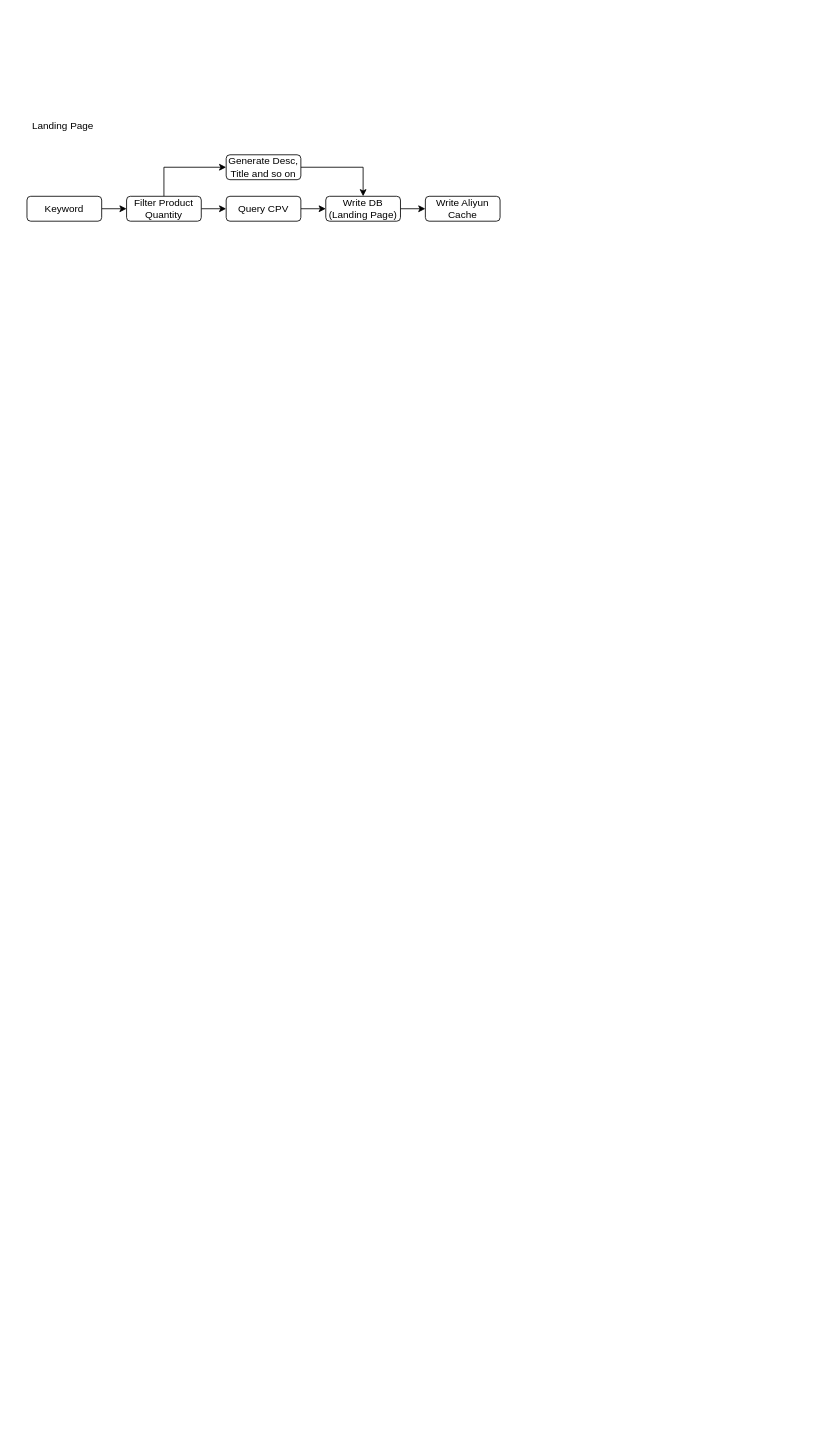
Above: drawio/landingpage_generate.drawio in VisableHarry/seo-drawio (draw.io), before the change. Source tidied: cells renumbered, new cells numbered last; positions are measured from the earlier drawing's top-left corner, leaving out a move shared by most shapes. Both pictures are drawn from the tidied source at 83%, with x=0, y=0 at pixel (27, 114).
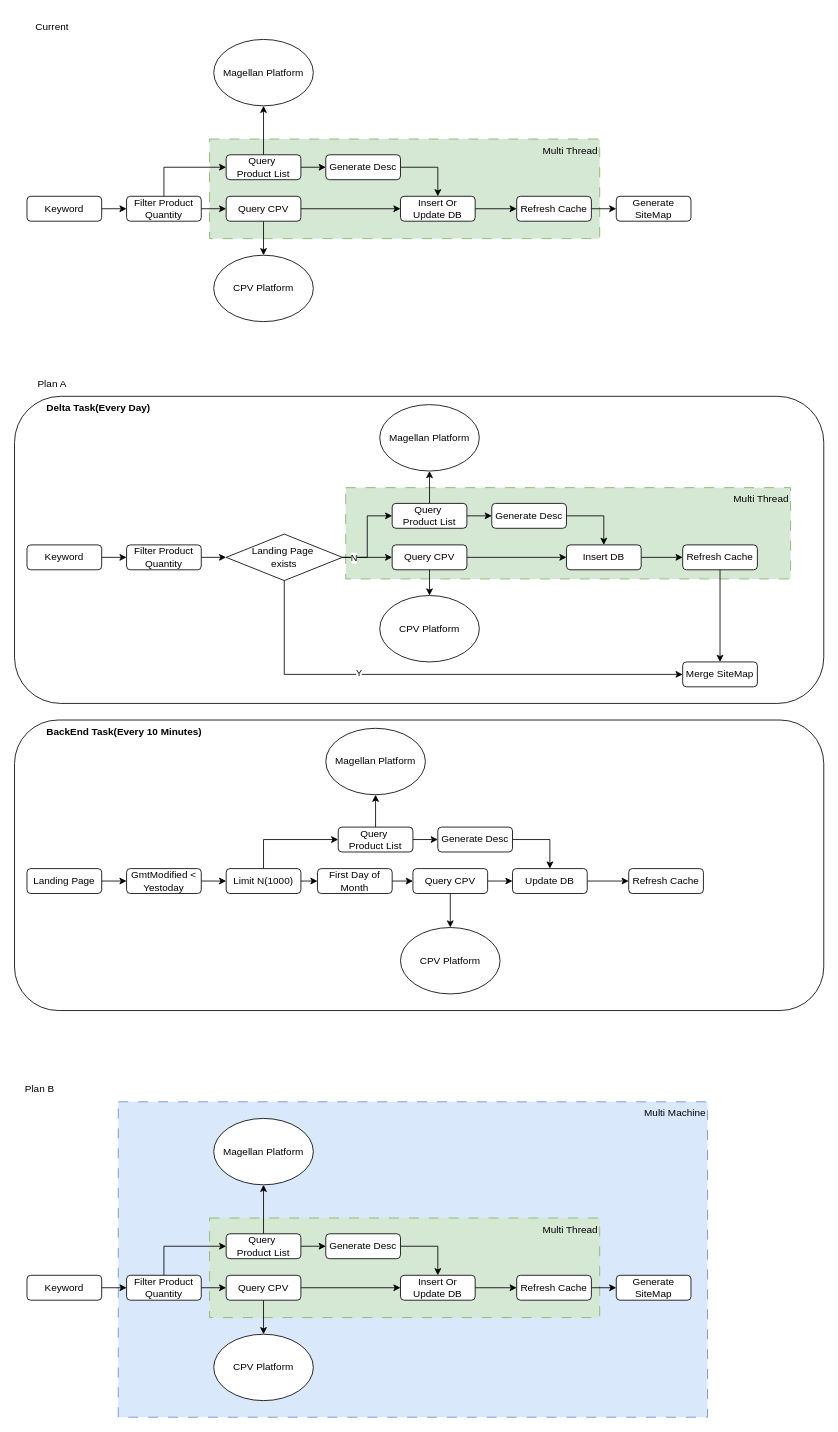
Above is the later version.

The change refers to these unchanged cells:
```xml
<mxCell id="7" value="Filter Product Quantity" style="rounded=1;whiteSpace=wrap;html=1;" parent="1" vertex="1">
  <mxGeometry x="120" y="99" width="90" height="30" as="geometry" />
</mxCell>
<mxCell id="9" value="Query CPV" style="rounded=1;whiteSpace=wrap;html=1;" parent="1" vertex="1">
  <mxGeometry x="240" y="99" width="90" height="30" as="geometry" />
</mxCell>
```

What changed in the source:
```diff
@@
-    <mxCell id="2" value="Landing Page" style="text;html=1;align=center;verticalAlign=middle;whiteSpace=wrap;rounded=0;" parent="1" vertex="1">
-      <mxGeometry width="87" height="30" as="geometry" />
-    </mxCell>
+    <mxCell id="15" value="Multi Machine" style="rounded=0;whiteSpace=wrap;html=1;fillColor=#dae8fc;strokeColor=#6c8ebf;dashed=1;dashPattern=12 12;align=right;verticalAlign=top;" parent="1" vertex="1">
+      <mxGeometry x="110" y="1190" width="710" height="380" as="geometry" />
+    </mxCell>
+    <mxCell id="16" value="&amp;nbsp; &amp;nbsp; &amp;nbsp; &amp;nbsp; &amp;nbsp; &amp;nbsp;&lt;b&gt;Delta Task(Every Day)&lt;/b&gt;" style="rounded=1;whiteSpace=wrap;html=1;align=left;verticalAlign=top;" parent="1" vertex="1">
+      <mxGeometry x="-15" y="340" width="975" height="370" as="geometry" />
+    </mxCell>
+    <mxCell id="17" value="Multi Thread" style="rounded=0;whiteSpace=wrap;html=1;align=right;verticalAlign=top;fillColor=#d5e8d4;strokeColor=#82b366;dashed=1;dashPattern=12 12;" parent="1" vertex="1">
+      <mxGeometry x="220" y="30" width="470" height="120" as="geometry" />
+    </mxCell>
@@
-    <mxCell id="5" style="edgeStyle=orthogonalEdgeStyle;rounded=0;jettySize=auto;html=1;exitX=0.5;exitY=0;exitDx=0;exitDy=0;entryX=0;entryY=0.5;entryDx=0;entryDy=0;" parent="1" edge="1" source="7" target="11">
-      <mxGeometry relative="1" as="geometry" />
-    </mxCell>
@@
+    <mxCell id="18" style="edgeStyle=orthogonalEdgeStyle;rounded=0;jettySize=auto;html=1;exitX=0.5;exitY=0;exitDx=0;exitDy=0;entryX=0;entryY=0.5;entryDx=0;entryDy=0;" parent="1" edge="1" source="7" target="23">
+      <mxGeometry relative="1" as="geometry" />
+    </mxCell>
@@
+    <mxCell id="19" style="edgeStyle=orthogonalEdgeStyle;rounded=0;jettySize=auto;html=1;exitX=0.5;exitY=1;exitDx=0;exitDy=0;entryX=0.5;entryY=0;entryDx=0;entryDy=0;" parent="1" edge="1" source="9" target="25">
+      <mxGeometry relative="1" as="geometry" />
+    </mxCell>
@@
-    <mxCell id="11" value="Generate Desc, Title and so on" style="rounded=1;whiteSpace=wrap;html=1;" parent="1" vertex="1">
-      <mxGeometry x="240" y="49" width="90" height="30" as="geometry" />
+    <mxCell id="11" value="Generate Desc" style="rounded=1;whiteSpace=wrap;html=1;" parent="1" vertex="1">
+      <mxGeometry x="360" y="49" width="90" height="30" as="geometry" />
     </mxCell>
@@
-    <mxCell id="13" value="Write DB&lt;div&gt;(Landing Page)&lt;/div&gt;" style="rounded=1;whiteSpace=wrap;html=1;" parent="1" vertex="1">
-      <mxGeometry x="360" y="99" width="90" height="30" as="geometry" />
+    <mxCell id="13" value="Insert Or Update DB" style="rounded=1;whiteSpace=wrap;html=1;" parent="1" vertex="1">
+      <mxGeometry x="450" y="99" width="90" height="30" as="geometry" />
     </mxCell>
+    <mxCell id="20" style="edgeStyle=orthogonalEdgeStyle;rounded=0;jettySize=auto;html=1;exitX=1;exitY=0.5;exitDx=0;exitDy=0;entryX=0;entryY=0.5;entryDx=0;entryDy=0;" parent="1" edge="1" source="14" target="74">
+      <mxGeometry relative="1" as="geometry" />
+    </mxCell>
-    <mxCell id="14" value="Write Aliyun Cache" style="rounded=1;whiteSpace=wrap;html=1;" parent="1" vertex="1">
-      <mxGeometry x="480" y="99" width="90" height="30" as="geometry" />
+    <mxCell id="14" value="Refresh Cache" style="rounded=1;whiteSpace=wrap;html=1;" parent="1" vertex="1">
+      <mxGeometry x="590" y="99" width="90" height="30" as="geometry" />
     </mxCell>
+    <mxCell id="21" style="edgeStyle=orthogonalEdgeStyle;rounded=0;jettySize=auto;html=1;exitX=1;exitY=0.5;exitDx=0;exitDy=0;entryX=0;entryY=0.5;entryDx=0;entryDy=0;" parent="1" edge="1" source="23" target="11">
+      <mxGeometry relative="1" as="geometry" />
+    </mxCell>
+    <mxCell id="22" style="edgeStyle=orthogonalEdgeStyle;rounded=0;jettySize=auto;html=1;exitX=0.5;exitY=0;exitDx=0;exitDy=0;entryX=0.5;entryY=1;entryDx=0;entryDy=0;" parent="1" edge="1" source="23" target="24">
+      <mxGeometry relative="1" as="geometry" />
+    </mxCell>
+    <mxCell id="23" value="Query&amp;nbsp;&lt;div&gt;Product List&lt;/div&gt;" style="rounded=1;whiteSpace=wrap;html=1;" parent="1" vertex="1">
+      <mxGeometry x="240" y="49" width="90" height="30" as="geometry" />
+    </mxCell>
+    <mxCell id="24" value="Magellan Platform" style="ellipse;whiteSpace=wrap;html=1;" parent="1" vertex="1">
+      <mxGeometry x="225" y="-90" width="120" height="80" as="geometry" />
+    </mxCell>
+    <mxCell id="25" value="CPV Platform" style="ellipse;whiteSpace=wrap;html=1;" parent="1" vertex="1">
+      <mxGeometry x="225" y="170" width="120" height="80" as="geometry" />
+    </mxCell>
+    <mxCell id="26" value="Multi Thread" style="rounded=0;whiteSpace=wrap;html=1;align=right;verticalAlign=top;fillColor=#d5e8d4;strokeColor=#82b366;dashed=1;dashPattern=12 12;" parent="1" vertex="1">
+      <mxGeometry x="384" y="450" width="536" height="110" as="geometry" />
+    </mxCell>
+    <mxCell id="27" style="edgeStyle=orthogonalEdgeStyle;rounded=0;jettySize=auto;html=1;exitX=1;exitY=0.5;exitDx=0;exitDy=0;entryX=0;entryY=0.5;entryDx=0;entryDy=0;" parent="1" edge="1" source="28" target="30">
+      <mxGeometry relative="1" as="geometry" />
+    </mxCell>
+    <mxCell id="28" value="Keyword" style="rounded=1;whiteSpace=wrap;html=1;" parent="1" vertex="1">
+      <mxGeometry y="519" width="90" height="30" as="geometry" />
+    </mxCell>
+    <mxCell id="29" style="edgeStyle=orthogonalEdgeStyle;rounded=0;jettySize=auto;html=1;exitX=1;exitY=0.5;exitDx=0;exitDy=0;entryX=0;entryY=0.5;entryDx=0;entryDy=0;" parent="1" edge="1" source="30" target="51">
+      <mxGeometry relative="1" as="geometry" />
+    </mxCell>
+    <mxCell id="30" value="Filter Product Quantity" style="rounded=1;whiteSpace=wrap;html=1;" parent="1" vertex="1">
+      <mxGeometry x="120" y="519" width="90" height="30" as="geometry" />
+    </mxCell>
+    <mxCell id="31" style="edgeStyle=orthogonalEdgeStyle;rounded=0;jettySize=auto;html=1;exitX=1;exitY=0.5;exitDx=0;exitDy=0;entryX=0;entryY=0.5;entryDx=0;entryDy=0;" parent="1" edge="1" source="33" target="37">
+      <mxGeometry relative="1" as="geometry" />
+    </mxCell>
+    <mxCell id="32" style="edgeStyle=orthogonalEdgeStyle;rounded=0;jettySize=auto;html=1;exitX=0.5;exitY=1;exitDx=0;exitDy=0;entryX=0.5;entryY=0;entryDx=0;entryDy=0;" parent="1" edge="1" source="33" target="44">
+      <mxGeometry relative="1" as="geometry" />
+    </mxCell>
+    <mxCell id="33" value="Query CPV" style="rounded=1;whiteSpace=wrap;html=1;" parent="1" vertex="1">
+      <mxGeometry x="440" y="519" width="90" height="30" as="geometry" />
+    </mxCell>
+    <mxCell id="34" style="edgeStyle=orthogonalEdgeStyle;rounded=0;jettySize=auto;html=1;exitX=1;exitY=0.5;exitDx=0;exitDy=0;entryX=0.5;entryY=0;entryDx=0;entryDy=0;" parent="1" edge="1" source="35" target="37">
+      <mxGeometry relative="1" as="geometry" />
+    </mxCell>
+    <mxCell id="35" value="Generate Desc" style="rounded=1;whiteSpace=wrap;html=1;" parent="1" vertex="1">
+      <mxGeometry x="560" y="469" width="90" height="30" as="geometry" />
+    </mxCell>
+    <mxCell id="36" style="edgeStyle=orthogonalEdgeStyle;rounded=0;jettySize=auto;html=1;exitX=1;exitY=0.5;exitDx=0;exitDy=0;entryX=0;entryY=0.5;entryDx=0;entryDy=0;" parent="1" edge="1" source="37" target="39">
+      <mxGeometry relative="1" as="geometry" />
+    </mxCell>
+    <mxCell id="37" value="Insert DB" style="rounded=1;whiteSpace=wrap;html=1;" parent="1" vertex="1">
+      <mxGeometry x="650" y="519" width="90" height="30" as="geometry" />
+    </mxCell>
+    <mxCell id="38" style="edgeStyle=orthogonalEdgeStyle;rounded=0;jettySize=auto;html=1;exitX=0.5;exitY=1;exitDx=0;exitDy=0;entryX=0.5;entryY=0;entryDx=0;entryDy=0;" parent="1" edge="1" source="39" target="73">
+      <mxGeometry relative="1" as="geometry" />
+    </mxCell>
+    <mxCell id="39" value="Refresh Cache" style="rounded=1;whiteSpace=wrap;html=1;" parent="1" vertex="1">
+      <mxGeometry x="790" y="519" width="90" height="30" as="geometry" />
+    </mxCell>
+    <mxCell id="40" style="edgeStyle=orthogonalEdgeStyle;rounded=0;jettySize=auto;html=1;exitX=1;exitY=0.5;exitDx=0;exitDy=0;entryX=0;entryY=0.5;entryDx=0;entryDy=0;" parent="1" edge="1" source="42" target="35">
+      <mxGeometry relative="1" as="geometry" />
+    </mxCell>
+    <mxCell id="41" style="edgeStyle=orthogonalEdgeStyle;rounded=0;jettySize=auto;html=1;exitX=0.5;exitY=0;exitDx=0;exitDy=0;entryX=0.5;entryY=1;entryDx=0;entryDy=0;" parent="1" edge="1" source="42" target="43">
+      <mxGeometry relative="1" as="geometry" />
+    </mxCell>
+    <mxCell id="42" value="Query&amp;nbsp;&lt;div&gt;Product List&lt;/div&gt;" style="rounded=1;whiteSpace=wrap;html=1;" parent="1" vertex="1">
+      <mxGeometry x="440" y="469" width="90" height="30" as="geometry" />
+    </mxCell>
+    <mxCell id="43" value="Magellan Platform" style="ellipse;whiteSpace=wrap;html=1;" parent="1" vertex="1">
+      <mxGeometry x="425" y="350" width="120" height="80" as="geometry" />
+    </mxCell>
+    <mxCell id="44" value="CPV Platform" style="ellipse;whiteSpace=wrap;html=1;" parent="1" vertex="1">
+      <mxGeometry x="425" y="580" width="120" height="80" as="geometry" />
+    </mxCell>
+    <mxCell id="45" value="Plan A" style="text;html=1;align=center;verticalAlign=middle;strokeColor=none;fillColor=none;" parent="1" vertex="1">
+      <mxGeometry y="310" width="60" height="30" as="geometry" />
+    </mxCell>
+    <mxCell id="46" style="edgeStyle=orthogonalEdgeStyle;rounded=0;jettySize=auto;html=1;exitX=1;exitY=0.5;exitDx=0;exitDy=0;entryX=0;entryY=0.5;entryDx=0;entryDy=0;" parent="1" edge="1" source="51" target="33">
+      <mxGeometry relative="1" as="geometry" />
+    </mxCell>
+    <mxCell id="47" style="edgeStyle=orthogonalEdgeStyle;rounded=0;jettySize=auto;html=1;exitX=1;exitY=0.5;exitDx=0;exitDy=0;entryX=0;entryY=0.5;entryDx=0;entryDy=0;" parent="1" edge="1" source="51" target="42">
+      <mxGeometry relative="1" as="geometry" />
+    </mxCell>
+    <mxCell id="48" value="N" style="edgeLabel;html=1;align=center;verticalAlign=middle;" parent="47" vertex="1">
+      <mxGeometry x="-0.77" y="1" relative="1" as="geometry">
+        <mxPoint y="1" as="offset" />
+      </mxGeometry>
+    </mxCell>
+    <mxCell id="49" style="edgeStyle=orthogonalEdgeStyle;rounded=0;jettySize=auto;html=1;exitX=0.5;exitY=1;exitDx=0;exitDy=0;entryX=0;entryY=0.5;entryDx=0;entryDy=0;" parent="1" edge="1" source="51" target="73">
+      <mxGeometry relative="1" as="geometry" />
+    </mxCell>
+    <mxCell id="50" value="Y" style="edgeLabel;html=1;align=center;verticalAlign=middle;" parent="49" vertex="1">
+      <mxGeometry x="-0.32" y="2" relative="1" as="geometry" />
+    </mxCell>
+    <mxCell id="51" value="Landing Page&amp;nbsp;&lt;div&gt;exists&lt;/div&gt;" style="rhombus;whiteSpace=wrap;html=1;" parent="1" vertex="1">
+      <mxGeometry x="240" y="506" width="140" height="56" as="geometry" />
+    </mxCell>
+    <mxCell id="52" value="Current" style="text;html=1;align=center;verticalAlign=middle;strokeColor=none;fillColor=none;" parent="1" vertex="1">
+      <mxGeometry y="-120" width="60" height="30" as="geometry" />
+    </mxCell>
+    <mxCell id="53" value="&amp;nbsp; &amp;nbsp; &amp;nbsp; &amp;nbsp; &amp;nbsp; &amp;nbsp;&lt;b&gt;BackEnd Task(Every 10 Minutes)&lt;/b&gt;" style="rounded=1;whiteSpace=wrap;html=1;align=left;verticalAlign=top;" parent="1" vertex="1">
+      <mxGeometry x="-15" y="730" width="975" height="350" as="geometry" />
+    </mxCell>
+    <mxCell id="54" style="edgeStyle=orthogonalEdgeStyle;rounded=0;jettySize=auto;html=1;exitX=1;exitY=0.5;exitDx=0;exitDy=0;entryX=0;entryY=0.5;entryDx=0;entryDy=0;" parent="1" edge="1" source="2">
+      <mxGeometry relative="1" as="geometry">
+        <mxPoint x="120" y="924" as="targetPoint" />
+      </mxGeometry>
+    </mxCell>
+    <mxCell id="2" value="Landing Page" style="rounded=1;whiteSpace=wrap;html=1;" parent="1" vertex="1">
+      <mxGeometry y="909" width="90" height="30" as="geometry" />
+    </mxCell>
+    <mxCell id="55" style="edgeStyle=orthogonalEdgeStyle;rounded=0;jettySize=auto;html=1;exitX=1;exitY=0.5;exitDx=0;exitDy=0;entryX=0;entryY=0.5;entryDx=0;entryDy=0;" parent="1" edge="1" source="57" target="61">
+      <mxGeometry relative="1" as="geometry" />
+    </mxCell>
+    <mxCell id="56" style="edgeStyle=orthogonalEdgeStyle;rounded=0;jettySize=auto;html=1;exitX=0.5;exitY=1;exitDx=0;exitDy=0;entryX=0.5;entryY=0;entryDx=0;entryDy=0;" parent="1" edge="1" source="57" target="67">
+      <mxGeometry relative="1" as="geometry" />
+    </mxCell>
+    <mxCell id="57" value="Query CPV" style="rounded=1;whiteSpace=wrap;html=1;" parent="1" vertex="1">
+      <mxGeometry x="465" y="909" width="90" height="30" as="geometry" />
+    </mxCell>
+    <mxCell id="58" style="edgeStyle=orthogonalEdgeStyle;rounded=0;jettySize=auto;html=1;exitX=1;exitY=0.5;exitDx=0;exitDy=0;entryX=0.5;entryY=0;entryDx=0;entryDy=0;" parent="1" edge="1" source="59" target="61">
+      <mxGeometry relative="1" as="geometry" />
+    </mxCell>
+    <mxCell id="59" value="Generate Desc" style="rounded=1;whiteSpace=wrap;html=1;" parent="1" vertex="1">
+      <mxGeometry x="495" y="859" width="90" height="30" as="geometry" />
+    </mxCell>
+    <mxCell id="60" style="edgeStyle=orthogonalEdgeStyle;rounded=0;jettySize=auto;html=1;exitX=1;exitY=0.5;exitDx=0;exitDy=0;entryX=0;entryY=0.5;entryDx=0;entryDy=0;" parent="1" edge="1" source="61" target="62">
+      <mxGeometry relative="1" as="geometry" />
+    </mxCell>
+    <mxCell id="61" value="Update DB" style="rounded=1;whiteSpace=wrap;html=1;" parent="1" vertex="1">
+      <mxGeometry x="585" y="909" width="90" height="30" as="geometry" />
+    </mxCell>
+    <mxCell id="62" value="Refresh Cache" style="rounded=1;whiteSpace=wrap;html=1;" parent="1" vertex="1">
+      <mxGeometry x="725" y="909" width="90" height="30" as="geometry" />
+    </mxCell>
+    <mxCell id="63" style="edgeStyle=orthogonalEdgeStyle;rounded=0;jettySize=auto;html=1;exitX=1;exitY=0.5;exitDx=0;exitDy=0;entryX=0;entryY=0.5;entryDx=0;entryDy=0;" parent="1" edge="1" source="65" target="59">
+      <mxGeometry relative="1" as="geometry" />
+    </mxCell>
+    <mxCell id="64" style="edgeStyle=orthogonalEdgeStyle;rounded=0;jettySize=auto;html=1;exitX=0.5;exitY=0;exitDx=0;exitDy=0;entryX=0.5;entryY=1;entryDx=0;entryDy=0;" parent="1" edge="1" source="65" target="66">
+      <mxGeometry relative="1" as="geometry" />
+    </mxCell>
+    <mxCell id="65" value="Query&amp;nbsp;&lt;div&gt;Product List&lt;/div&gt;" style="rounded=1;whiteSpace=wrap;html=1;" parent="1" vertex="1">
+      <mxGeometry x="375" y="859" width="90" height="30" as="geometry" />
+    </mxCell>
+    <mxCell id="66" value="Magellan Platform" style="ellipse;whiteSpace=wrap;html=1;" parent="1" vertex="1">
+      <mxGeometry x="360" y="740" width="120" height="80" as="geometry" />
+    </mxCell>
+    <mxCell id="67" value="CPV Platform" style="ellipse;whiteSpace=wrap;html=1;" parent="1" vertex="1">
+      <mxGeometry x="450" y="980" width="120" height="80" as="geometry" />
+    </mxCell>
+    <mxCell id="68" style="edgeStyle=orthogonalEdgeStyle;rounded=0;jettySize=auto;html=1;exitX=0.5;exitY=0;exitDx=0;exitDy=0;entryX=0;entryY=0.5;entryDx=0;entryDy=0;" parent="1" edge="1" source="72" target="65">
+      <mxGeometry relative="1" as="geometry" />
+    </mxCell>
+    <mxCell id="69" style="edgeStyle=orthogonalEdgeStyle;rounded=0;jettySize=auto;html=1;exitX=1;exitY=0.5;exitDx=0;exitDy=0;entryX=0;entryY=0.5;entryDx=0;entryDy=0;" parent="1" edge="1" source="70" target="72">
+      <mxGeometry relative="1" as="geometry" />
+    </mxCell>
+    <mxCell id="70" value="GmtModified &amp;lt; Yestoday" style="rounded=1;whiteSpace=wrap;html=1;" parent="1" vertex="1">
+      <mxGeometry x="120" y="909" width="90" height="30" as="geometry" />
+    </mxCell>
+    <mxCell id="71" style="edgeStyle=orthogonalEdgeStyle;rounded=0;jettySize=auto;html=1;exitX=1;exitY=0.5;exitDx=0;exitDy=0;entryX=0;entryY=0.5;entryDx=0;entryDy=0;" parent="1" edge="1" source="72" target="98">
+      <mxGeometry relative="1" as="geometry" />
+    </mxCell>
+    <mxCell id="72" value="Limit N(1000)" style="rounded=1;whiteSpace=wrap;html=1;" parent="1" vertex="1">
+      <mxGeometry x="240" y="909" width="90" height="30" as="geometry" />
+    </mxCell>
+    <mxCell id="73" value="Merge SiteMap" style="rounded=1;whiteSpace=wrap;html=1;" parent="1" vertex="1">
+      <mxGeometry x="790" y="660" width="90" height="30" as="geometry" />
+    </mxCell>
+    <mxCell id="74" value="Generate SiteMap" style="rounded=1;whiteSpace=wrap;html=1;" parent="1" vertex="1">
+      <mxGeometry x="710" y="99" width="90" height="30" as="geometry" />
+    </mxCell>
+    <mxCell id="75" value="Plan B" style="text;html=1;align=center;verticalAlign=middle;strokeColor=none;fillColor=none;" parent="1" vertex="1">
+      <mxGeometry x="-15" y="1160" width="60" height="30" as="geometry" />
+    </mxCell>
+    <mxCell id="76" value="Multi Thread" style="rounded=0;whiteSpace=wrap;html=1;align=right;verticalAlign=top;fillColor=#d5e8d4;strokeColor=#82b366;dashed=1;dashPattern=12 12;" parent="1" vertex="1">
+      <mxGeometry x="220" y="1330" width="470" height="120" as="geometry" />
+    </mxCell>
+    <mxCell id="77" style="edgeStyle=orthogonalEdgeStyle;rounded=0;jettySize=auto;html=1;exitX=1;exitY=0.5;exitDx=0;exitDy=0;entryX=0;entryY=0.5;entryDx=0;entryDy=0;" parent="1" edge="1" source="78" target="81">
+      <mxGeometry relative="1" as="geometry" />
+    </mxCell>
+    <mxCell id="78" value="Keyword" style="rounded=1;whiteSpace=wrap;html=1;" parent="1" vertex="1">
+      <mxGeometry y="1399" width="90" height="30" as="geometry" />
+    </mxCell>
+    <mxCell id="79" style="edgeStyle=orthogonalEdgeStyle;rounded=0;jettySize=auto;html=1;exitX=1;exitY=0.5;exitDx=0;exitDy=0;entryX=0;entryY=0.5;entryDx=0;entryDy=0;" parent="1" edge="1" source="81" target="84">
+      <mxGeometry relative="1" as="geometry" />
+    </mxCell>
+    <mxCell id="80" style="edgeStyle=orthogonalEdgeStyle;rounded=0;jettySize=auto;html=1;exitX=0.5;exitY=0;exitDx=0;exitDy=0;entryX=0;entryY=0.5;entryDx=0;entryDy=0;" parent="1" edge="1" source="81" target="93">
+      <mxGeometry relative="1" as="geometry" />
+    </mxCell>
+    <mxCell id="81" value="Filter Product Quantity" style="rounded=1;whiteSpace=wrap;html=1;" parent="1" vertex="1">
+      <mxGeometry x="120" y="1399" width="90" height="30" as="geometry" />
+    </mxCell>
+    <mxCell id="82" style="edgeStyle=orthogonalEdgeStyle;rounded=0;jettySize=auto;html=1;exitX=1;exitY=0.5;exitDx=0;exitDy=0;entryX=0;entryY=0.5;entryDx=0;entryDy=0;" parent="1" edge="1" source="84" target="88">
+      <mxGeometry relative="1" as="geometry" />
+    </mxCell>
+    <mxCell id="83" style="edgeStyle=orthogonalEdgeStyle;rounded=0;jettySize=auto;html=1;exitX=0.5;exitY=1;exitDx=0;exitDy=0;entryX=0.5;entryY=0;entryDx=0;entryDy=0;" parent="1" edge="1" source="84" target="95">
+      <mxGeometry relative="1" as="geometry" />
+    </mxCell>
+    <mxCell id="84" value="Query CPV" style="rounded=1;whiteSpace=wrap;html=1;" parent="1" vertex="1">
+      <mxGeometry x="240" y="1399" width="90" height="30" as="geometry" />
+    </mxCell>
+    <mxCell id="85" style="edgeStyle=orthogonalEdgeStyle;rounded=0;jettySize=auto;html=1;exitX=1;exitY=0.5;exitDx=0;exitDy=0;entryX=0.5;entryY=0;entryDx=0;entryDy=0;" parent="1" edge="1" source="86" target="88">
+      <mxGeometry relative="1" as="geometry" />
+    </mxCell>
+    <mxCell id="86" value="Generate Desc" style="rounded=1;whiteSpace=wrap;html=1;" parent="1" vertex="1">
+      <mxGeometry x="360" y="1349" width="90" height="30" as="geometry" />
+    </mxCell>
+    <mxCell id="87" style="edgeStyle=orthogonalEdgeStyle;rounded=0;jettySize=auto;html=1;exitX=1;exitY=0.5;exitDx=0;exitDy=0;entryX=0;entryY=0.5;entryDx=0;entryDy=0;" parent="1" edge="1" source="88" target="90">
+      <mxGeometry relative="1" as="geometry" />
+    </mxCell>
+    <mxCell id="88" value="Insert Or Update DB" style="rounded=1;whiteSpace=wrap;html=1;" parent="1" vertex="1">
+      <mxGeometry x="450" y="1399" width="90" height="30" as="geometry" />
+    </mxCell>
+    <mxCell id="89" style="edgeStyle=orthogonalEdgeStyle;rounded=0;jettySize=auto;html=1;exitX=1;exitY=0.5;exitDx=0;exitDy=0;entryX=0;entryY=0.5;entryDx=0;entryDy=0;" parent="1" edge="1" source="90" target="96">
+      <mxGeometry relative="1" as="geometry" />
+    </mxCell>
+    <mxCell id="90" value="Refresh Cache" style="rounded=1;whiteSpace=wrap;html=1;" parent="1" vertex="1">
+      <mxGeometry x="590" y="1399" width="90" height="30" as="geometry" />
+    </mxCell>
+    <mxCell id="91" style="edgeStyle=orthogonalEdgeStyle;rounded=0;jettySize=auto;html=1;exitX=1;exitY=0.5;exitDx=0;exitDy=0;entryX=0;entryY=0.5;entryDx=0;entryDy=0;" parent="1" edge="1" source="93" target="86">
+      <mxGeometry relative="1" as="geometry" />
+    </mxCell>
+    <mxCell id="92" style="edgeStyle=orthogonalEdgeStyle;rounded=0;jettySize=auto;html=1;exitX=0.5;exitY=0;exitDx=0;exitDy=0;entryX=0.5;entryY=1;entryDx=0;entryDy=0;" parent="1" edge="1" source="93" target="94">
+      <mxGeometry relative="1" as="geometry" />
+    </mxCell>
+    <mxCell id="93" value="Query&amp;nbsp;&lt;div&gt;Product List&lt;/div&gt;" style="rounded=1;whiteSpace=wrap;html=1;" parent="1" vertex="1">
+      <mxGeometry x="240" y="1349" width="90" height="30" as="geometry" />
+    </mxCell>
+    <mxCell id="94" value="Magellan Platform" style="ellipse;whiteSpace=wrap;html=1;" parent="1" vertex="1">
+      <mxGeometry x="225" y="1210" width="120" height="80" as="geometry" />
+    </mxCell>
+    <mxCell id="95" value="CPV Platform" style="ellipse;whiteSpace=wrap;html=1;" parent="1" vertex="1">
+      <mxGeometry x="225" y="1470" width="120" height="80" as="geometry" />
+    </mxCell>
+    <mxCell id="96" value="Generate SiteMap" style="rounded=1;whiteSpace=wrap;html=1;" parent="1" vertex="1">
+      <mxGeometry x="710" y="1399" width="90" height="30" as="geometry" />
+    </mxCell>
+    <mxCell id="97" style="edgeStyle=orthogonalEdgeStyle;rounded=0;jettySize=auto;html=1;exitX=1;exitY=0.5;exitDx=0;exitDy=0;entryX=0;entryY=0.5;entryDx=0;entryDy=0;" parent="1" edge="1" source="98" target="57">
+      <mxGeometry relative="1" as="geometry" />
+    </mxCell>
+    <mxCell id="98" value="First Day of Month" style="rounded=1;whiteSpace=wrap;html=1;" parent="1" vertex="1">
+      <mxGeometry x="350" y="909" width="90" height="30" as="geometry" />
+    </mxCell>
```
